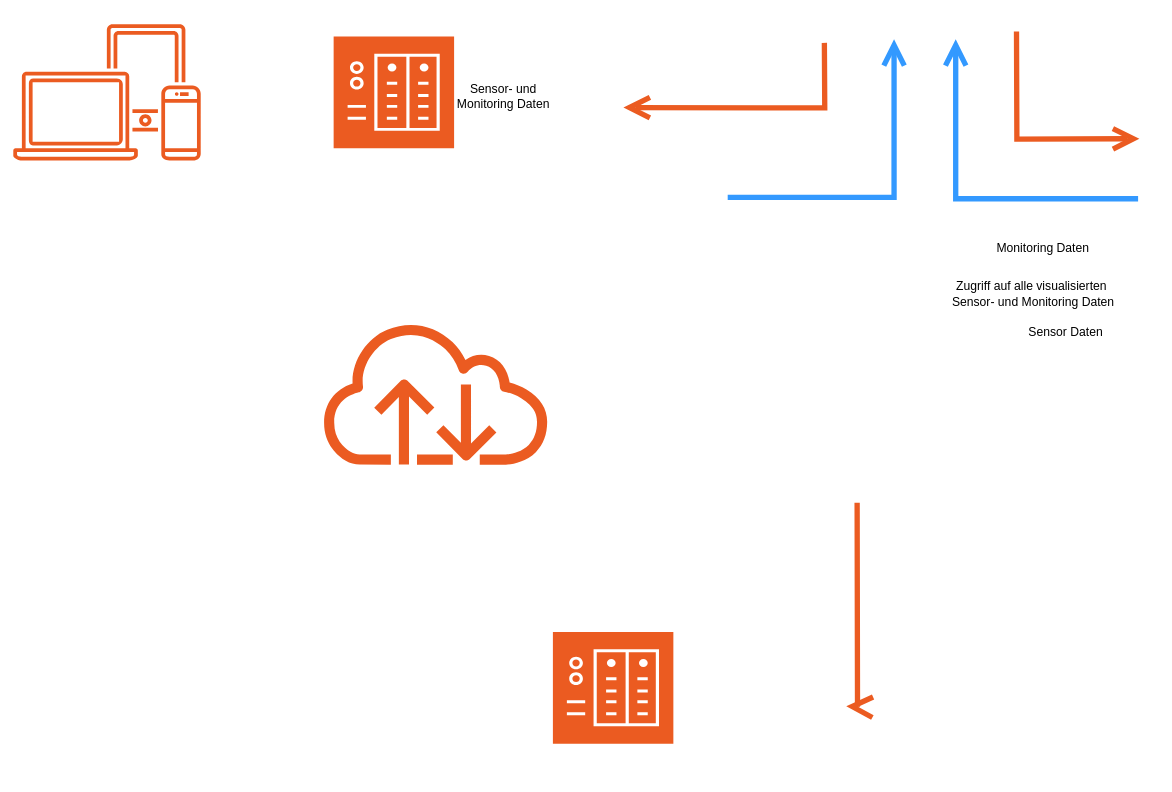
Earlier version of the draw.io diagram SmarterTec Data Management.drawio (noelchiocchetti/SmarterTec). Source tidied: cells renumbered, new cells numbered last; positions are measured from the earlier drawing's top-left corner, leaving out a move shared by most shapes. Both pictures are drawn from the tidied source at 76%, with x=0, y=0 at pixel (13, 24).
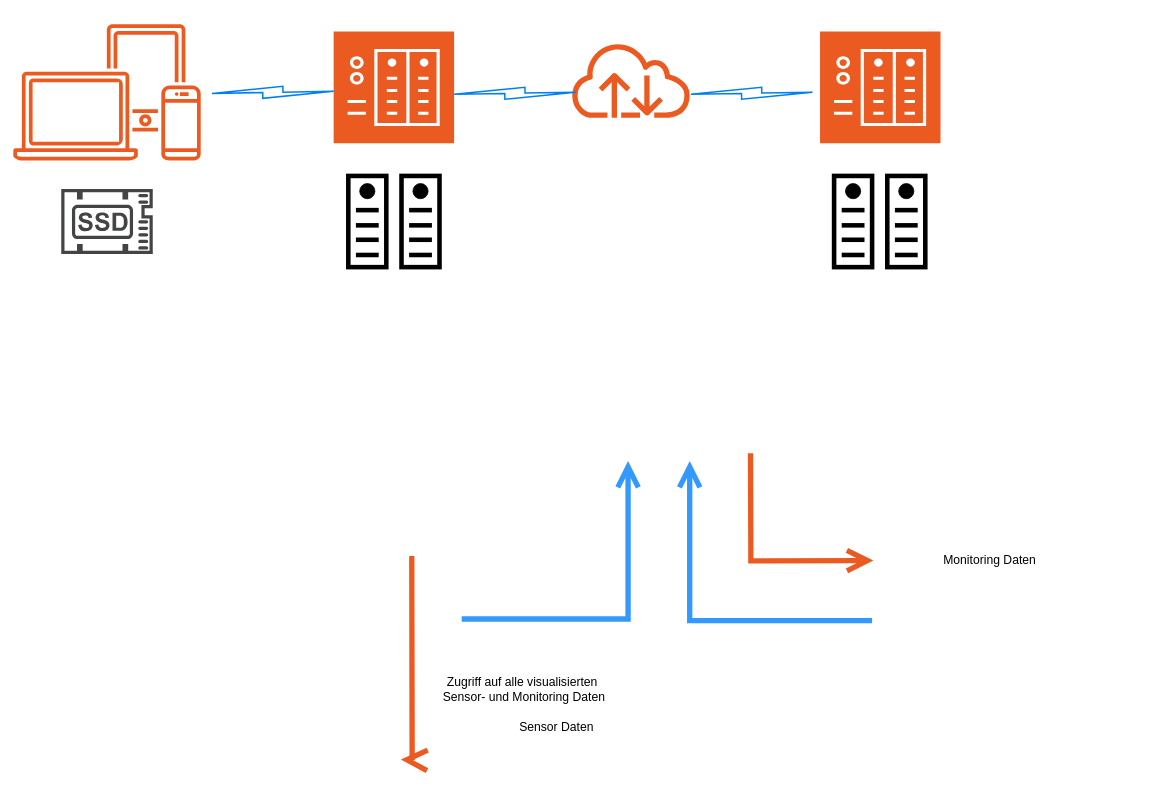
The same page after the edit.

Change to the diagram source:
```diff
@@
     <mxCell id="3" style="edgeStyle=orthogonalEdgeStyle;html=1;endArrow=none;elbow=vertical;startArrow=open;endFill=0;strokeColor=#EB5B21;rounded=0;strokeWidth=7;endSize=20;startFill=0;startSize=20;entryX=1;entryY=0.465;entryDx=0;entryDy=0;entryPerimeter=0;" parent="1" edge="1">
       <mxGeometry relative="1" as="geometry">
-        <mxPoint x="1096" y="897.9" as="sourcePoint" />
-        <mxPoint x="1110.3" y="630" as="targetPoint" />
+        <mxPoint x="510" y="967.9" as="sourcePoint" />
+        <mxPoint x="524.3" y="700" as="targetPoint" />
       </mxGeometry>
     </mxCell>
-    <mxCell id="4" style="edgeStyle=orthogonalEdgeStyle;html=1;endArrow=none;elbow=vertical;startArrow=open;endFill=0;strokeColor=#EB5B21;rounded=0;strokeWidth=7;endSize=20;startFill=0;startSize=20;exitX=1;exitY=0.424;exitDx=0;exitDy=0;exitPerimeter=0;" parent="1" edge="1">
-      <mxGeometry relative="1" as="geometry">
-        <mxPoint x="802.8" y="110" as="sourcePoint" />
-        <mxPoint x="1067.2" y="24.9" as="targetPoint" />
-      </mxGeometry>
-    </mxCell>
     <mxCell id="5" style="edgeStyle=orthogonalEdgeStyle;html=1;endArrow=none;elbow=vertical;startArrow=open;endFill=0;strokeColor=#EB5B21;rounded=0;strokeWidth=7;endSize=20;startFill=0;startSize=20;exitX=-0.006;exitY=0.484;exitDx=0;exitDy=0;entryX=1.017;entryY=0.695;entryDx=0;entryDy=0;entryPerimeter=0;exitPerimeter=0;" parent="1" edge="1">
       <mxGeometry relative="1" as="geometry">
-        <mxPoint x="1481.7" y="151" as="sourcePoint" />
-        <mxPoint x="1320" y="10" as="targetPoint" />
+        <mxPoint x="1131.7" y="706" as="sourcePoint" />
+        <mxPoint x="970" y="565" as="targetPoint" />
       </mxGeometry>
     </mxCell>
     <mxCell id="6" style="edgeStyle=orthogonalEdgeStyle;html=1;endArrow=none;elbow=vertical;startArrow=open;endFill=0;strokeColor=#3399FF;rounded=0;strokeWidth=7;endSize=20;startFill=0;startSize=20;entryX=1;entryY=0.75;entryDx=0;entryDy=0;exitX=0.345;exitY=1.005;exitDx=0;exitDy=0;exitPerimeter=0;" parent="1" edge="1">
       <mxGeometry relative="1" as="geometry">
-        <mxPoint x="1158.9" y="20" as="sourcePoint" />
-        <mxPoint x="940" y="228.1" as="targetPoint" />
+        <mxPoint x="808.9" y="575" as="sourcePoint" />
+        <mxPoint x="590" y="783" as="targetPoint" />
         <Array as="points">
-          <mxPoint x="1159" y="228.1" />
+          <mxPoint x="809" y="783" />
         </Array>
       </mxGeometry>
     </mxCell>
     <mxCell id="7" style="edgeStyle=orthogonalEdgeStyle;html=1;endArrow=none;elbow=vertical;startArrow=open;endFill=0;strokeColor=#3399FF;rounded=0;strokeWidth=7;endSize=20;startFill=0;startSize=20;entryX=0;entryY=0.827;entryDx=0;entryDy=0;entryPerimeter=0;" parent="1" edge="1">
       <mxGeometry relative="1" as="geometry">
-        <mxPoint x="1240" y="20" as="sourcePoint" />
-        <mxPoint x="1480" y="230" as="targetPoint" />
+        <mxPoint x="890" y="575" as="sourcePoint" />
+        <mxPoint x="1130" y="785" as="targetPoint" />
         <Array as="points">
-          <mxPoint x="1240" y="230" />
+          <mxPoint x="890" y="785" />
         </Array>
       </mxGeometry>
     </mxCell>
-    <mxCell id="8" value="Sensor- und Monitoring Daten" style="whiteSpace=wrap;html=1;fontSize=16;strokeColor=none;fillColor=none;" parent="1" vertex="1">
-      <mxGeometry x="580" y="80" width="130" height="30" as="geometry" />
-    </mxCell>
     <mxCell id="9" value="Monitoring Daten" style="whiteSpace=wrap;html=1;fontSize=16;strokeColor=none;fillColor=none;" parent="1" vertex="1">
-      <mxGeometry x="1290" y="280" width="130" height="30" as="geometry" />
+      <mxGeometry x="1220" y="690" width="130" height="30" as="geometry" />
     </mxCell>
     <mxCell id="10" value="Sensor Daten" style="whiteSpace=wrap;html=1;fontSize=16;strokeColor=none;fillColor=none;" parent="1" vertex="1">
-      <mxGeometry x="1320" y="390" width="130" height="30" as="geometry" />
+      <mxGeometry x="650" y="910" width="130" height="30" as="geometry" />
     </mxCell>
     <mxCell id="11" value="Zugriff auf alle visualisierten &amp;nbsp;Sensor- und Monitoring Daten" style="whiteSpace=wrap;html=1;fontSize=16;strokeColor=none;fillColor=none;" parent="1" vertex="1">
-      <mxGeometry x="1230" y="340" width="220" height="30" as="geometry" />
+      <mxGeometry x="560" y="860" width="220" height="30" as="geometry" />
     </mxCell>
     <mxCell id="12" style="sketch=0;shadow=0;dashed=0;html=1;strokeColor=none;fillColor=#EB5B21;labelPosition=center;verticalLabelPosition=bottom;verticalAlign=top;align=center;shape=mxgraph.veeam2.nas;" parent="1" vertex="1">
-      <mxGeometry x="421.5" y="16.5" width="158.5" height="147" as="geometry" />
+      <mxGeometry x="421.5" y="10" width="158.5" height="147" as="geometry" />
     </mxCell>
-    <mxCell id="13" style="sketch=0;shadow=0;dashed=0;html=1;strokeColor=none;fillColor=#EB5B21;labelPosition=center;verticalLabelPosition=bottom;verticalAlign=top;align=center;shape=mxgraph.veeam2.nas;" parent="1" vertex="1">
-      <mxGeometry x="710" y="800" width="158.5" height="147" as="geometry" />
-    </mxCell>
     <mxCell id="14" style="sketch=0;fontColor=#232F3E;gradientColor=none;fillColor=#EB5B21;strokeColor=none;dashed=0;verticalLabelPosition=bottom;verticalAlign=top;align=center;html=1;fontSize=12;fontStyle=0;shape=mxgraph.aws4.internet;" parent="1" vertex="1">
-      <mxGeometry x="401.3" y="390" width="308.8" height="190" as="geometry" />
+      <mxGeometry x="731.5" y="23.5" width="162.5" height="100" as="geometry" />
     </mxCell>
+    <mxCell id="15" style="sketch=0;shadow=0;dashed=0;html=1;strokeColor=none;fillColor=#EB5B21;labelPosition=center;verticalLabelPosition=bottom;verticalAlign=top;align=center;shape=mxgraph.veeam2.nas;" parent="1" vertex="1">
+      <mxGeometry x="1061.5" y="10" width="158.5" height="147" as="geometry" />
+    </mxCell>
+    <mxCell id="16" style="sketch=0;shadow=0;dashed=0;html=1;strokeColor=none;fillColor=#434445;labelPosition=center;verticalLabelPosition=bottom;verticalAlign=top;align=center;shape=mxgraph.vvd.ssd;" parent="1" vertex="1">
+      <mxGeometry x="63.1" y="217.2" width="120.4" height="85.5" as="geometry" />
+    </mxCell>
+    <mxCell id="17" style="group;" parent="1" vertex="1">
+      <mxGeometry x="440.8" y="200" width="120" height="120" as="geometry" />
+    </mxCell>
+    <mxCell id="18" style="group;" parent="17" vertex="1">
+      <mxGeometry width="50" height="120" as="geometry" />
+    </mxCell>
+    <mxCell id="19" style="rounded=0;whiteSpace=wrap;html=1;strokeWidth=6;" parent="18" vertex="1">
+      <mxGeometry width="50" height="120" as="geometry" />
+    </mxCell>
+    <mxCell id="20" style="ellipse;whiteSpace=wrap;html=1;fillStyle=solid;fillColor=#000000;" parent="18" vertex="1">
+      <mxGeometry x="15" y="10" width="20" height="20" as="geometry" />
+    </mxCell>
+    <mxCell id="21" style="endArrow=none;html=1;rounded=0;strokeWidth=6;" parent="18" edge="1">
+      <mxGeometry relative="1" as="geometry">
+        <mxPoint x="10" y="45" as="sourcePoint" />
+        <mxPoint x="40" y="45" as="targetPoint" />
+      </mxGeometry>
+    </mxCell>
+    <mxCell id="22" style="endArrow=none;html=1;rounded=0;strokeWidth=6;" parent="18" edge="1">
+      <mxGeometry relative="1" as="geometry">
+        <mxPoint x="10" y="104" as="sourcePoint" />
+        <mxPoint x="40" y="104" as="targetPoint" />
+      </mxGeometry>
+    </mxCell>
+    <mxCell id="23" style="endArrow=none;html=1;rounded=0;strokeWidth=6;" parent="18" edge="1">
+      <mxGeometry relative="1" as="geometry">
+        <mxPoint x="10" y="65" as="sourcePoint" />
+        <mxPoint x="40" y="65" as="targetPoint" />
+      </mxGeometry>
+    </mxCell>
+    <mxCell id="24" style="endArrow=none;html=1;rounded=0;strokeWidth=6;" parent="18" edge="1">
+      <mxGeometry relative="1" as="geometry">
+        <mxPoint x="10" y="84" as="sourcePoint" />
+        <mxPoint x="40" y="84" as="targetPoint" />
+      </mxGeometry>
+    </mxCell>
+    <mxCell id="25" style="group;" parent="17" vertex="1">
+      <mxGeometry x="70" width="50" height="120" as="geometry" />
+    </mxCell>
+    <mxCell id="26" style="rounded=0;whiteSpace=wrap;html=1;strokeWidth=6;" parent="25" vertex="1">
+      <mxGeometry width="50" height="120" as="geometry" />
+    </mxCell>
+    <mxCell id="27" style="ellipse;whiteSpace=wrap;html=1;fillStyle=solid;fillColor=#000000;" parent="25" vertex="1">
+      <mxGeometry x="15" y="10" width="20" height="20" as="geometry" />
+    </mxCell>
+    <mxCell id="28" style="endArrow=none;html=1;rounded=0;strokeWidth=6;" parent="25" edge="1">
+      <mxGeometry relative="1" as="geometry">
+        <mxPoint x="10" y="45" as="sourcePoint" />
+        <mxPoint x="40" y="45" as="targetPoint" />
+      </mxGeometry>
+    </mxCell>
+    <mxCell id="29" style="endArrow=none;html=1;rounded=0;strokeWidth=6;" parent="25" edge="1">
+      <mxGeometry relative="1" as="geometry">
+        <mxPoint x="10" y="104" as="sourcePoint" />
+        <mxPoint x="40" y="104" as="targetPoint" />
+      </mxGeometry>
+    </mxCell>
+    <mxCell id="30" style="endArrow=none;html=1;rounded=0;strokeWidth=6;" parent="25" edge="1">
+      <mxGeometry relative="1" as="geometry">
+        <mxPoint x="10" y="65" as="sourcePoint" />
+        <mxPoint x="40" y="65" as="targetPoint" />
+      </mxGeometry>
+    </mxCell>
+    <mxCell id="31" style="endArrow=none;html=1;rounded=0;strokeWidth=6;" parent="25" edge="1">
+      <mxGeometry relative="1" as="geometry">
+        <mxPoint x="10" y="84" as="sourcePoint" />
+        <mxPoint x="40" y="84" as="targetPoint" />
+      </mxGeometry>
+    </mxCell>
+    <mxCell id="32" style="group;" parent="1" vertex="1">
+      <mxGeometry x="1080" y="200" width="120" height="120" as="geometry" />
+    </mxCell>
+    <mxCell id="33" style="group;" parent="32" vertex="1">
+      <mxGeometry width="50" height="120" as="geometry" />
+    </mxCell>
+    <mxCell id="34" style="rounded=0;whiteSpace=wrap;html=1;strokeWidth=6;" parent="33" vertex="1">
+      <mxGeometry width="50" height="120" as="geometry" />
+    </mxCell>
+    <mxCell id="35" style="ellipse;whiteSpace=wrap;html=1;fillStyle=solid;fillColor=#000000;" parent="33" vertex="1">
+      <mxGeometry x="15" y="10" width="20" height="20" as="geometry" />
+    </mxCell>
+    <mxCell id="36" style="endArrow=none;html=1;rounded=0;strokeWidth=6;" parent="33" edge="1">
+      <mxGeometry relative="1" as="geometry">
+        <mxPoint x="10" y="45" as="sourcePoint" />
+        <mxPoint x="40" y="45" as="targetPoint" />
+      </mxGeometry>
+    </mxCell>
+    <mxCell id="37" style="endArrow=none;html=1;rounded=0;strokeWidth=6;" parent="33" edge="1">
+      <mxGeometry relative="1" as="geometry">
+        <mxPoint x="10" y="104" as="sourcePoint" />
+        <mxPoint x="40" y="104" as="targetPoint" />
+      </mxGeometry>
+    </mxCell>
+    <mxCell id="38" style="endArrow=none;html=1;rounded=0;strokeWidth=6;" parent="33" edge="1">
+      <mxGeometry relative="1" as="geometry">
+        <mxPoint x="10" y="65" as="sourcePoint" />
+        <mxPoint x="40" y="65" as="targetPoint" />
+      </mxGeometry>
+    </mxCell>
+    <mxCell id="39" style="endArrow=none;html=1;rounded=0;strokeWidth=6;" parent="33" edge="1">
+      <mxGeometry relative="1" as="geometry">
+        <mxPoint x="10" y="84" as="sourcePoint" />
+        <mxPoint x="40" y="84" as="targetPoint" />
+      </mxGeometry>
+    </mxCell>
+    <mxCell id="40" style="group;" parent="32" vertex="1">
+      <mxGeometry x="70" width="50" height="120" as="geometry" />
+    </mxCell>
+    <mxCell id="41" style="rounded=0;whiteSpace=wrap;html=1;strokeWidth=6;" parent="40" vertex="1">
+      <mxGeometry width="50" height="120" as="geometry" />
+    </mxCell>
+    <mxCell id="42" style="ellipse;whiteSpace=wrap;html=1;fillStyle=solid;fillColor=#000000;" parent="40" vertex="1">
+      <mxGeometry x="15" y="10" width="20" height="20" as="geometry" />
+    </mxCell>
+    <mxCell id="43" style="endArrow=none;html=1;rounded=0;strokeWidth=6;" parent="40" edge="1">
+      <mxGeometry relative="1" as="geometry">
+        <mxPoint x="10" y="45" as="sourcePoint" />
+        <mxPoint x="40" y="45" as="targetPoint" />
+      </mxGeometry>
+    </mxCell>
+    <mxCell id="44" style="endArrow=none;html=1;rounded=0;strokeWidth=6;" parent="40" edge="1">
+      <mxGeometry relative="1" as="geometry">
+        <mxPoint x="10" y="104" as="sourcePoint" />
+        <mxPoint x="40" y="104" as="targetPoint" />
+      </mxGeometry>
+    </mxCell>
+    <mxCell id="45" style="endArrow=none;html=1;rounded=0;strokeWidth=6;" parent="40" edge="1">
+      <mxGeometry relative="1" as="geometry">
+        <mxPoint x="10" y="65" as="sourcePoint" />
+        <mxPoint x="40" y="65" as="targetPoint" />
+      </mxGeometry>
+    </mxCell>
+    <mxCell id="46" style="endArrow=none;html=1;rounded=0;strokeWidth=6;" parent="40" edge="1">
+      <mxGeometry relative="1" as="geometry">
+        <mxPoint x="10" y="84" as="sourcePoint" />
+        <mxPoint x="40" y="84" as="targetPoint" />
+      </mxGeometry>
+    </mxCell>
+    <mxCell id="47" style="html=1;verticalLabelPosition=bottom;align=center;labelBackgroundColor=#ffffff;verticalAlign=top;strokeWidth=2;strokeColor=#0080F0;shadow=0;dashed=0;shape=mxgraph.ios7.icons.flash;rotation=-181;" parent="1" vertex="1">
+      <mxGeometry x="261.5" y="82.3" width="160" height="15.4" as="geometry" />
+    </mxCell>
+    <mxCell id="48" style="html=1;verticalLabelPosition=bottom;align=center;labelBackgroundColor=#ffffff;verticalAlign=top;strokeWidth=2;strokeColor=#0080F0;shadow=0;dashed=0;shape=mxgraph.ios7.icons.flash;rotation=-181;" parent="1" vertex="1">
+      <mxGeometry x="891.5" y="83.5" width="160" height="15.4" as="geometry" />
+    </mxCell>
+    <mxCell id="49" style="html=1;verticalLabelPosition=bottom;align=center;labelBackgroundColor=#ffffff;verticalAlign=top;strokeWidth=2;strokeColor=#0080F0;shadow=0;dashed=0;shape=mxgraph.ios7.icons.flash;rotation=-181;" parent="1" vertex="1">
+      <mxGeometry x="580" y="83.5" width="160" height="15.4" as="geometry" />
+    </mxCell>
```
